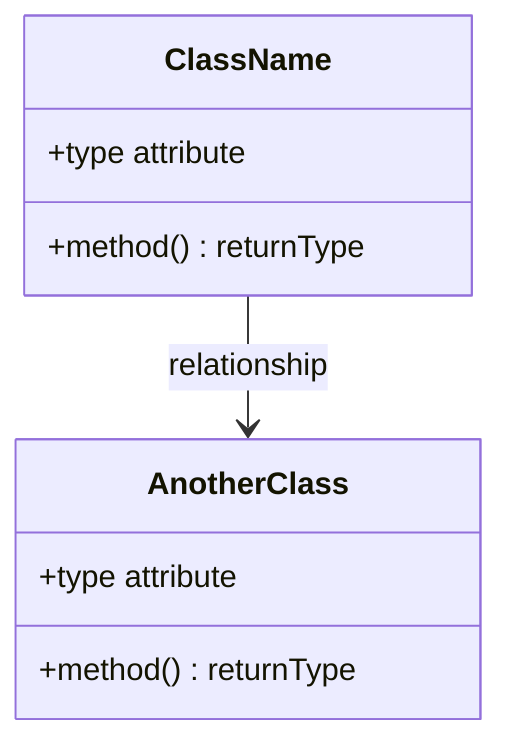
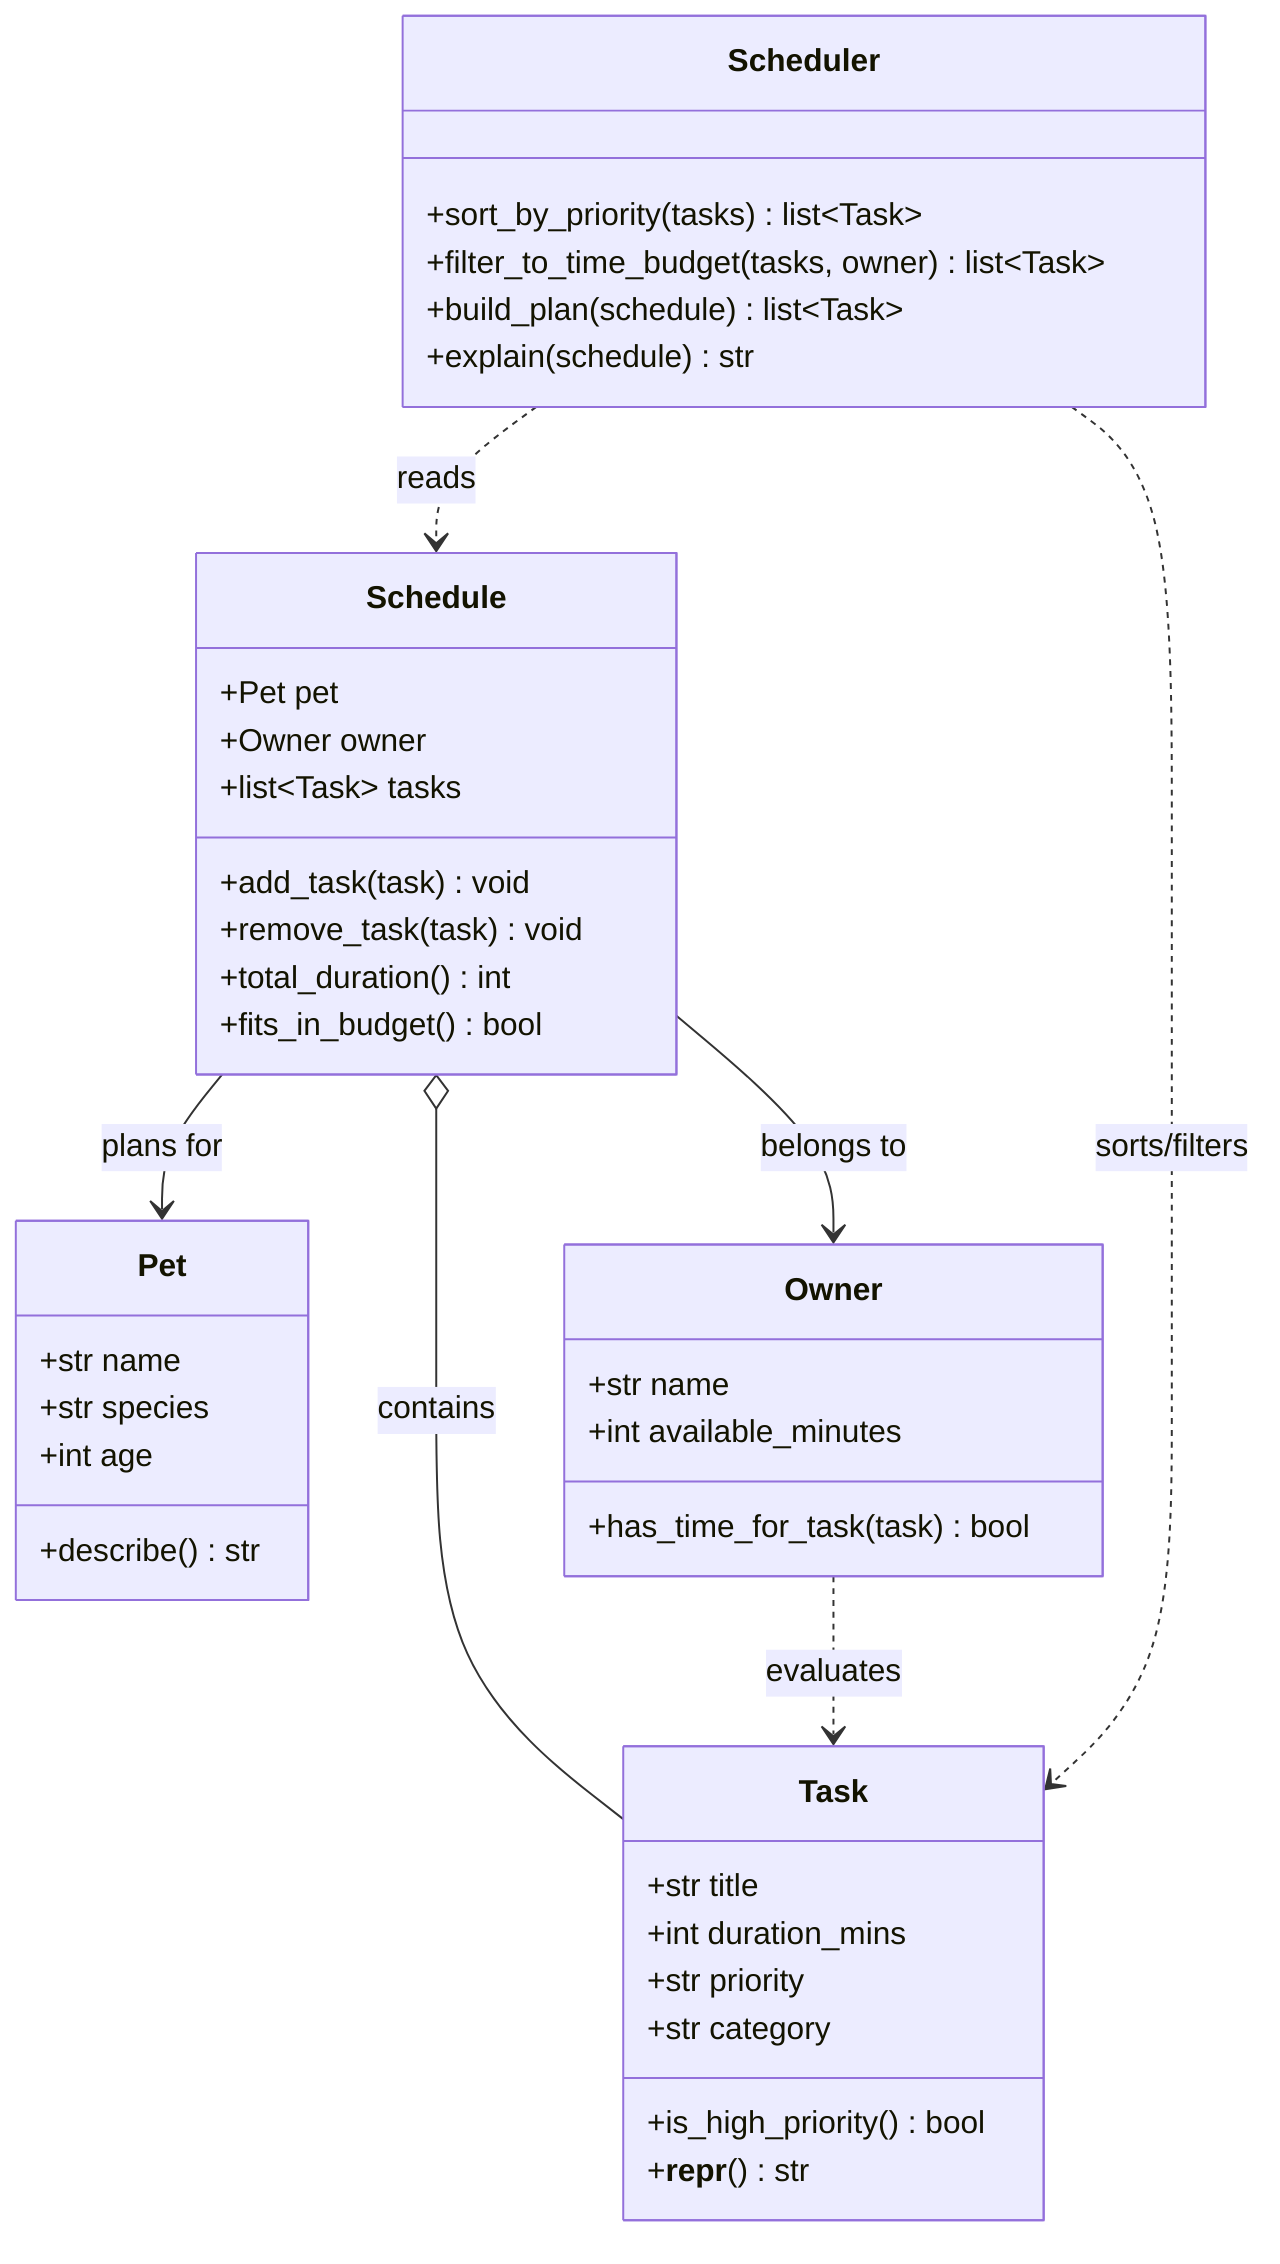
classDiagram
-     %% Replace the placeholders below with your actual classes, attributes, methods, and relationships.
-     %% Keep this file updated so it matches your final implementation.
- 
-     class ClassName {
-         +type attribute
-         +method() returnType
+     class Pet {
+         +str name
+         +str species
+         +int age
+         +describe() str
    }

-     class AnotherClass {
-         +type attribute
-         +method() returnType
+     class Owner {
+         +str name
+         +int available_minutes
+         +has_time_for_task(task) bool
    }

-     ClassName --> AnotherClass : relationship
+     class Task {
+         +str title
+         +int duration_mins
+         +str priority
+         +str category
+         +is_high_priority() bool
+         +__repr__() str
+     }
+ 
+     class Schedule {
+         +Pet pet
+         +Owner owner
+         +list~Task~ tasks
+         +add_task(task) void
+         +remove_task(task) void
+         +total_duration() int
+         +fits_in_budget() bool
+     }
+ 
+     class Scheduler {
+         +sort_by_priority(tasks) list~Task~
+         +filter_to_time_budget(tasks, owner) list~Task~
+         +build_plan(schedule) list~Task~
+         +explain(schedule) str
+     }
+ 
+     Schedule --> Pet : plans for
+     Schedule --> Owner : belongs to
+     Schedule o-- Task : contains
+     Owner ..> Task : evaluates
+     Scheduler ..> Schedule : reads
+     Scheduler ..> Task : sorts/filters
